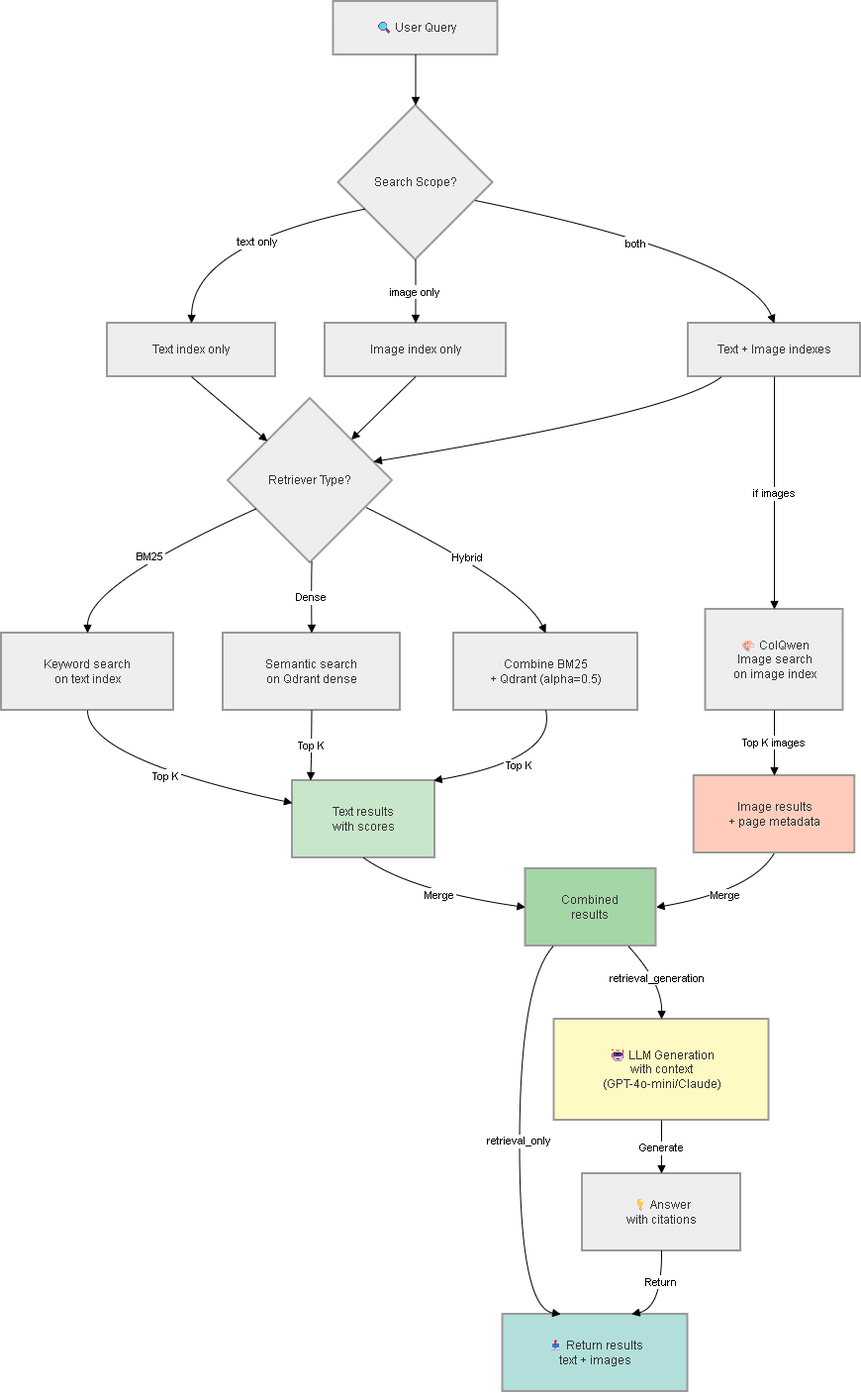
The draw.io diagram Phase_2_Report/img/pdz/Report 252 Diagram-Search Flow.drawio.png in pdz1804/capstone-project, before a commit. Source tidied: cells renumbered, new cells last; positions are measured from the earlier drawing's top-left corner, leaving out a move shared by most shapes.
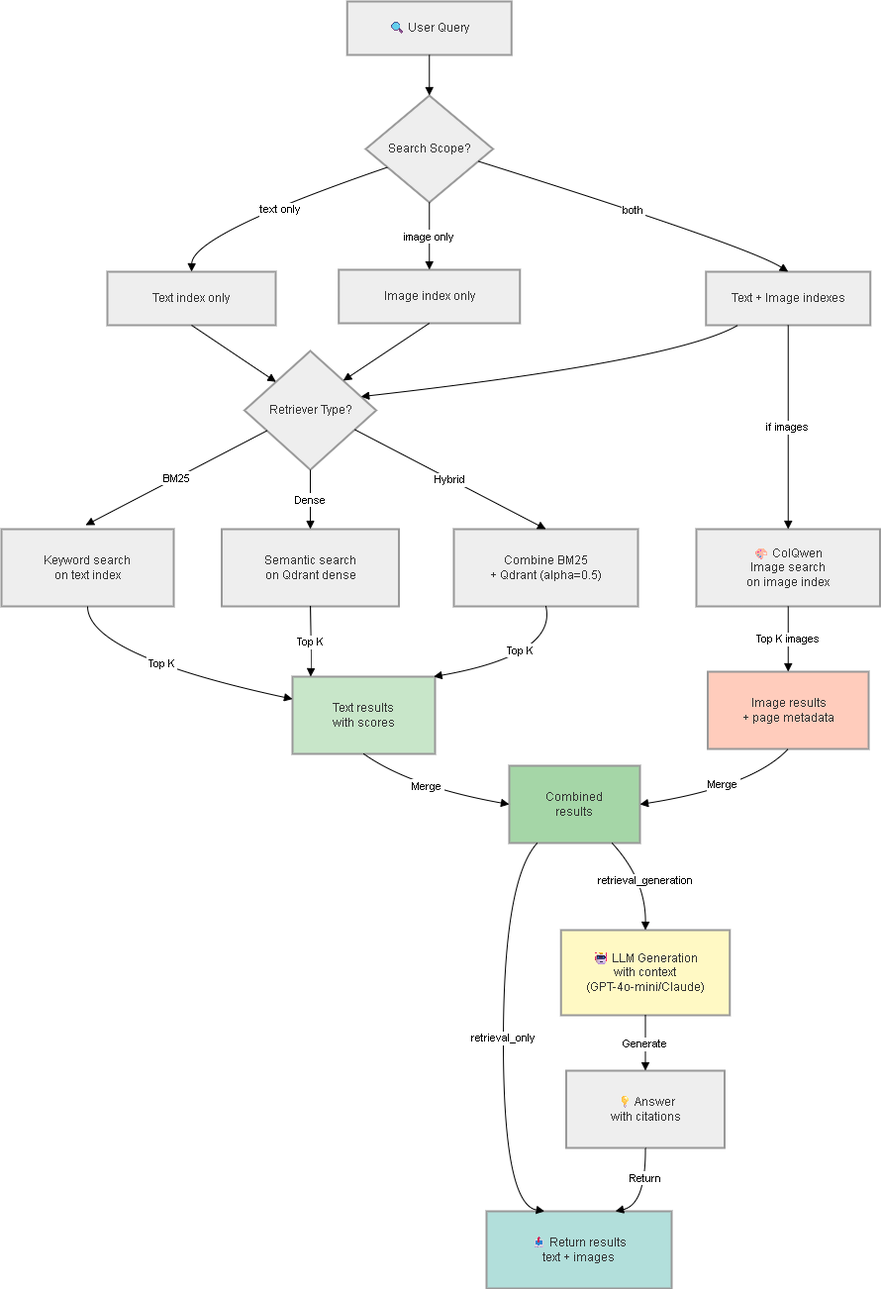
Above is the later version.

Commit message:
update: pipeline diagram

The edit, as a diff of the source:
```diff
@@ -3,58 +3,58 @@
     <mxCell id="0" />
     <mxCell id="1" parent="0" />
     <mxCell id="2" value="🔍 User Query" style="whiteSpace=wrap;strokeWidth=2;fillColor=light-dark(#eeeeee,#1f2020);strokeColor=light-dark(#999999,#cccccc);fontColor=light-dark(#333333,#cccccc);" parent="1" vertex="1">
-      <mxGeometry x="335.5" width="166" height="54" as="geometry" />
+      <mxGeometry x="349.2" y="10" width="166" height="54" as="geometry" />
     </mxCell>
     <mxCell id="3" value="Search Scope?" style="rhombus;strokeWidth=2;whiteSpace=wrap;fillColor=light-dark(#eeeeee,#1f2020);strokeColor=light-dark(#999999,#cccccc);fontColor=light-dark(#333333,#cccccc);" parent="1" vertex="1">
-      <mxGeometry x="340.5" y="105" width="156" height="156" as="geometry" />
+      <mxGeometry x="368" y="105" width="128.5" height="108" as="geometry" />
     </mxCell>
     <mxCell id="4" value="Text index only" style="whiteSpace=wrap;strokeWidth=2;fillColor=light-dark(#eeeeee,#1f2020);strokeColor=light-dark(#999999,#cccccc);fontColor=light-dark(#333333,#cccccc);" parent="1" vertex="1">
-      <mxGeometry x="107" y="325" width="170" height="54" as="geometry" />
+      <mxGeometry x="107" y="283" width="170" height="54" as="geometry" />
     </mxCell>
     <mxCell id="5" value="Image index only" style="whiteSpace=wrap;strokeWidth=2;fillColor=light-dark(#eeeeee,#1f2020);strokeColor=light-dark(#999999,#cccccc);fontColor=light-dark(#333333,#cccccc);" parent="1" vertex="1">
-      <mxGeometry x="327" y="325" width="183" height="54" as="geometry" />
+      <mxGeometry x="340.8" y="281" width="183" height="54" as="geometry" />
     </mxCell>
     <mxCell id="6" value="Text + Image indexes" style="whiteSpace=wrap;strokeWidth=2;fillColor=light-dark(#eeeeee,#1f2020);strokeColor=light-dark(#999999,#cccccc);fontColor=light-dark(#333333,#cccccc);" parent="1" vertex="1">
-      <mxGeometry x="694" y="325" width="174" height="54" as="geometry" />
+      <mxGeometry x="711.8" y="283" width="166" height="54" as="geometry" />
     </mxCell>
     <mxCell id="7" value="Retriever Type?" style="rhombus;strokeWidth=2;whiteSpace=wrap;fillColor=light-dark(#eeeeee,#1f2020);strokeColor=light-dark(#999999,#cccccc);fontColor=light-dark(#333333,#cccccc);" parent="1" vertex="1">
-      <mxGeometry x="229" y="401" width="166" height="166" as="geometry" />
+      <mxGeometry x="245.5" y="363" width="133" height="120" as="geometry" />
     </mxCell>
     <mxCell id="8" value="Keyword search&#10;on text index" style="whiteSpace=wrap;strokeWidth=2;fillColor=light-dark(#eeeeee,#1f2020);strokeColor=light-dark(#999999,#cccccc);fontColor=light-dark(#333333,#cccccc);" parent="1" vertex="1">
-      <mxGeometry y="638" width="174" height="78" as="geometry" />
+      <mxGeometry y="543" width="174" height="78" as="geometry" />
     </mxCell>
     <mxCell id="9" value="Semantic search&#10;on Qdrant dense" style="whiteSpace=wrap;strokeWidth=2;fillColor=light-dark(#eeeeee,#1f2020);strokeColor=light-dark(#999999,#cccccc);fontColor=light-dark(#333333,#cccccc);" parent="1" vertex="1">
-      <mxGeometry x="224" y="638" width="179" height="78" as="geometry" />
+      <mxGeometry x="222.5" y="543" width="179" height="78" as="geometry" />
     </mxCell>
     <mxCell id="10" value="Combine BM25&#10;+ Qdrant (alpha=0.5)" style="whiteSpace=wrap;strokeWidth=2;fillColor=light-dark(#eeeeee,#1f2020);strokeColor=light-dark(#999999,#cccccc);fontColor=light-dark(#333333,#cccccc);" parent="1" vertex="1">
-      <mxGeometry x="457" y="638" width="186" height="78" as="geometry" />
+      <mxGeometry x="457" y="543" width="186" height="78" as="geometry" />
     </mxCell>
     <mxCell id="11" value="Text results&#10;with scores" style="whiteSpace=wrap;strokeWidth=2;fillColor=#c8e6c9;strokeColor=light-dark(#999999,#cccccc);fontColor=light-dark(#333333,#cccccc);" parent="1" vertex="1">
-      <mxGeometry x="294" y="787" width="144" height="78" as="geometry" />
+      <mxGeometry x="294" y="692" width="144" height="78" as="geometry" />
     </mxCell>
     <mxCell id="12" value="🎨 ColQwen&#10;Image search&#10;on image index" style="whiteSpace=wrap;strokeWidth=2;fillColor=light-dark(#eeeeee,#1f2020);strokeColor=light-dark(#999999,#cccccc);fontColor=light-dark(#333333,#cccccc);" parent="1" vertex="1">
-      <mxGeometry x="711.5" y="614" width="139" height="102" as="geometry" />
+      <mxGeometry x="702" y="543" width="185.5" height="78" as="geometry" />
     </mxCell>
     <mxCell id="13" value="Image results&#10;+ page metadata" style="whiteSpace=wrap;strokeWidth=2;fillColor=#ffccbc;strokeColor=light-dark(#999999,#cccccc);fontColor=light-dark(#333333,#cccccc);" parent="1" vertex="1">
-      <mxGeometry x="699.8" y="782" width="162.5" height="78" as="geometry" />
+      <mxGeometry x="713.5" y="687" width="162.5" height="78" as="geometry" />
     </mxCell>
     <mxCell id="14" value="Combined&#10;results" style="whiteSpace=wrap;strokeWidth=2;fillColor=#a5d6a7;strokeColor=light-dark(#999999,#cccccc);fontColor=light-dark(#333333,#cccccc);" parent="1" vertex="1">
-      <mxGeometry x="529.5" y="876" width="132" height="78" as="geometry" />
+      <mxGeometry x="513" y="782" width="132" height="78" as="geometry" />
     </mxCell>
     <mxCell id="15" value="📤 Return results&#10;text + images" style="whiteSpace=wrap;strokeWidth=2;fillColor=#b2dfdb;strokeColor=light-dark(#999999,#cccccc);fontColor=light-dark(#333333,#cccccc);" parent="1" vertex="1">
-      <mxGeometry x="506.5" y="1326" width="187" height="78" as="geometry" />
+      <mxGeometry x="490" y="1232" width="187" height="78" as="geometry" />
     </mxCell>
     <mxCell id="16" value="🤖 LLM Generation&#10;with context&#10;(GPT-4o-mini/Claude)" style="whiteSpace=wrap;strokeWidth=2;fillColor=#fff9c4;strokeColor=light-dark(#999999,#cccccc);fontColor=light-dark(#333333,#cccccc);" parent="1" vertex="1">
-      <mxGeometry x="558.5" y="1028" width="217" height="102" as="geometry" />
+      <mxGeometry x="565.2" y="948" width="170.5" height="86" as="geometry" />
     </mxCell>
     <mxCell id="17" value="💡 Answer&#10;with citations" style="whiteSpace=wrap;strokeWidth=2;fillColor=light-dark(#eeeeee,#1f2020);strokeColor=light-dark(#999999,#cccccc);fontColor=light-dark(#333333,#cccccc);" parent="1" vertex="1">
-      <mxGeometry x="587" y="1184" width="160" height="78" as="geometry" />
+      <mxGeometry x="570.5" y="1090" width="160" height="78" as="geometry" />
     </mxCell>
     <mxCell id="18" style="curved=1;startArrow=none;endArrow=block;exitX=0.5;exitY=1;entryX=0.5;entryY=0;rounded=0;" parent="1" edge="1" source="2" target="3">
       <mxGeometry relative="1" as="geometry" />
     </mxCell>
     <mxCell id="19" value="text only" style="curved=1;startArrow=none;endArrow=block;exitX=0;exitY=0.76;entryX=0.5;entryY=-0.01;rounded=0;" parent="1" edge="1" source="3" target="4">
-      <mxGeometry x="-0.13" y="11" relative="1" as="geometry">
+      <mxGeometry x="-0.06" y="5" relative="1" as="geometry">
         <Array as="points">
           <mxPoint x="193" y="245" />
         </Array>
@@ -64,7 +64,7 @@
       <mxGeometry relative="1" as="geometry" />
     </mxCell>
     <mxCell id="21" value="both" style="curved=1;startArrow=none;endArrow=block;exitX=1;exitY=0.65;entryX=0.5;entryY=-0.01;rounded=0;" parent="1" edge="1" source="3" target="6">
-      <mxGeometry x="-0.05" y="-10" relative="1" as="geometry">
+      <mxGeometry x="-0.01" relative="1" as="geometry">
         <Array as="points">
           <mxPoint x="754" y="257" />
         </Array>
@@ -79,50 +79,41 @@
     <mxCell id="24" style="curved=1;startArrow=none;endArrow=block;exitX=0.2;exitY=0.99;entryX=1;entryY=0.35;rounded=0;" parent="1" edge="1" source="6" target="7">
       <mxGeometry relative="1" as="geometry">
         <Array as="points">
-          <mxPoint x="682" y="415" />
+          <mxPoint x="682" y="373" />
         </Array>
       </mxGeometry>
     </mxCell>
-    <mxCell id="25" value="BM25" style="curved=1;startArrow=none;endArrow=block;exitX=0;exitY=0.76;entryX=0.5;entryY=-0.01;rounded=0;" parent="1" edge="1" source="7" target="8">
+    <mxCell id="25" value="BM25" style="curved=1;startArrow=none;endArrow=block;exitX=0;exitY=0.76;rounded=0;" parent="1" edge="1" source="7">
       <mxGeometry relative="1" as="geometry">
-        <Array as="points">
-          <mxPoint x="87" y="589" />
-        </Array>
+        <mxPoint x="85" y="539" as="targetPoint" />
       </mxGeometry>
     </mxCell>
-    <mxCell id="26" value="Dense" style="curved=1;startArrow=none;endArrow=block;exitX=0.51;exitY=1;entryX=0.5;entryY=-0.01;rounded=0;" parent="1" edge="1" source="7" target="9">
-      <mxGeometry relative="1" as="geometry">
-        <Array as="points">
-          <mxPoint x="313" y="589" />
-        </Array>
-      </mxGeometry>
+    <mxCell id="26" value="Dense" style="curved=1;startArrow=none;endArrow=block;exitX=0.5;exitY=1;entryX=0.5;entryY=-0.01;rounded=0;exitDx=0;exitDy=0;" parent="1" edge="1" source="7" target="9">
+      <mxGeometry relative="1" as="geometry" />
     </mxCell>
     <mxCell id="27" value="Hybrid" style="curved=1;startArrow=none;endArrow=block;exitX=1;exitY=0.74;entryX=0.5;entryY=-0.01;rounded=0;" parent="1" edge="1" source="7" target="10">
-      <mxGeometry relative="1" as="geometry">
-        <Array as="points">
-          <mxPoint x="527" y="589" />
-        </Array>
-      </mxGeometry>
+      <mxGeometry relative="1" as="geometry" />
     </mxCell>
     <mxCell id="28" value="Top K" style="curved=1;startArrow=none;endArrow=block;exitX=0.5;exitY=0.99;entryX=0;entryY=0.29;rounded=0;" parent="1" edge="1" source="8" target="11">
-      <mxGeometry relative="1" as="geometry">
+      <mxGeometry x="-0.05" y="8" relative="1" as="geometry">
         <Array as="points">
-          <mxPoint x="87" y="765" />
+          <mxPoint x="87" y="670" />
         </Array>
       </mxGeometry>
     </mxCell>
     <mxCell id="29" value="Top K" style="curved=1;startArrow=none;endArrow=block;exitX=0.5;exitY=0.99;entryX=0.12;entryY=-0.01;rounded=0;" parent="1" edge="1" source="9" target="11">
       <mxGeometry relative="1" as="geometry">
         <Array as="points">
-          <mxPoint x="313" y="765" />
+          <mxPoint x="313" y="670" />
         </Array>
       </mxGeometry>
     </mxCell>
     <mxCell id="30" value="Top K" style="curved=1;startArrow=none;endArrow=block;exitX=0.5;exitY=0.99;entryX=1;entryY=-0.01;rounded=0;" parent="1" edge="1" source="10" target="11">
-      <mxGeometry relative="1" as="geometry">
+      <mxGeometry x="-0.04" y="-11" relative="1" as="geometry">
         <Array as="points">
-          <mxPoint x="561" y="765" />
+          <mxPoint x="561" y="670" />
         </Array>
+        <mxPoint x="-1" as="offset" />
       </mxGeometry>
     </mxCell>
     <mxCell id="31" value="if images" style="curved=1;startArrow=none;endArrow=block;exitX=0.5;exitY=0.99;entryX=0.5;entryY=0;rounded=0;" parent="1" edge="1" source="6" target="12">
@@ -132,41 +123,41 @@
       <mxGeometry relative="1" as="geometry" />
     </mxCell>
     <mxCell id="33" value="Merge" style="curved=1;startArrow=none;endArrow=block;exitX=0.5;exitY=0.99;entryX=0;entryY=0.5;rounded=0;entryDx=0;entryDy=0;" parent="1" edge="1" source="11" target="14">
-      <mxGeometry relative="1" as="geometry">
+      <mxGeometry x="-0.06" y="4" relative="1" as="geometry">
         <Array as="points">
-          <mxPoint x="412.5" y="898" />
+          <mxPoint x="412.5" y="803" />
         </Array>
       </mxGeometry>
     </mxCell>
     <mxCell id="34" value="Merge" style="curved=1;startArrow=none;endArrow=block;exitX=0.5;exitY=0.99;entryX=1;entryY=0.5;rounded=0;entryDx=0;entryDy=0;" parent="1" edge="1" source="13" target="14">
-      <mxGeometry relative="1" as="geometry">
+      <mxGeometry x="-0.03" y="-7" relative="1" as="geometry">
         <Array as="points">
-          <mxPoint x="759" y="898" />
+          <mxPoint x="759" y="803" />
         </Array>
       </mxGeometry>
     </mxCell>
     <mxCell id="35" value="retrieval_only" style="curved=1;startArrow=none;endArrow=block;exitX=0.22;exitY=0.99;entryX=0.31;entryY=-0.01;rounded=0;" parent="1" edge="1" source="14" target="15">
       <mxGeometry relative="1" as="geometry">
         <Array as="points">
-          <mxPoint x="523.5" y="991" />
-          <mxPoint x="523.5" y="1319" />
+          <mxPoint x="507" y="897" />
+          <mxPoint x="507" y="1225" />
         </Array>
       </mxGeometry>
     </mxCell>
-    <mxCell id="36" value="retrieval_generation" style="curved=1;startArrow=none;endArrow=block;exitX=0.78;exitY=0.99;entryX=0.5;entryY=0;rounded=0;" parent="1" edge="1" source="14" target="16">
+    <mxCell id="36" value="retrieval_generation" style="curved=1;startArrow=none;endArrow=block;exitX=0.78;exitY=0.99;entryX=0.5;entryY=0;rounded=0;entryDx=0;entryDy=0;" parent="1" edge="1" source="14" target="16">
       <mxGeometry relative="1" as="geometry">
         <Array as="points">
-          <mxPoint x="667.5" y="991" />
+          <mxPoint x="651" y="897" />
         </Array>
       </mxGeometry>
     </mxCell>
-    <mxCell id="37" value="Generate" style="curved=1;startArrow=none;endArrow=block;exitX=0.5;exitY=1;entryX=0.5;entryY=-0.01;rounded=0;" parent="1" edge="1" source="16" target="17">
+    <mxCell id="37" value="Generate" style="curved=1;startArrow=none;endArrow=block;exitX=0.5;exitY=1;entryX=0.5;entryY=-0.01;rounded=0;exitDx=0;exitDy=0;" parent="1" edge="1" source="16" target="17">
       <mxGeometry relative="1" as="geometry" />
     </mxCell>
     <mxCell id="38" value="Return" style="curved=1;startArrow=none;endArrow=block;exitX=0.5;exitY=0.99;entryX=0.7;entryY=-0.01;rounded=0;" parent="1" edge="1" source="17" target="15">
       <mxGeometry x="-0.28" relative="1" as="geometry">
         <Array as="points">
-          <mxPoint x="667.5" y="1319" />
+          <mxPoint x="651" y="1225" />
         </Array>
         <mxPoint y="-1" as="offset" />
       </mxGeometry>
```
